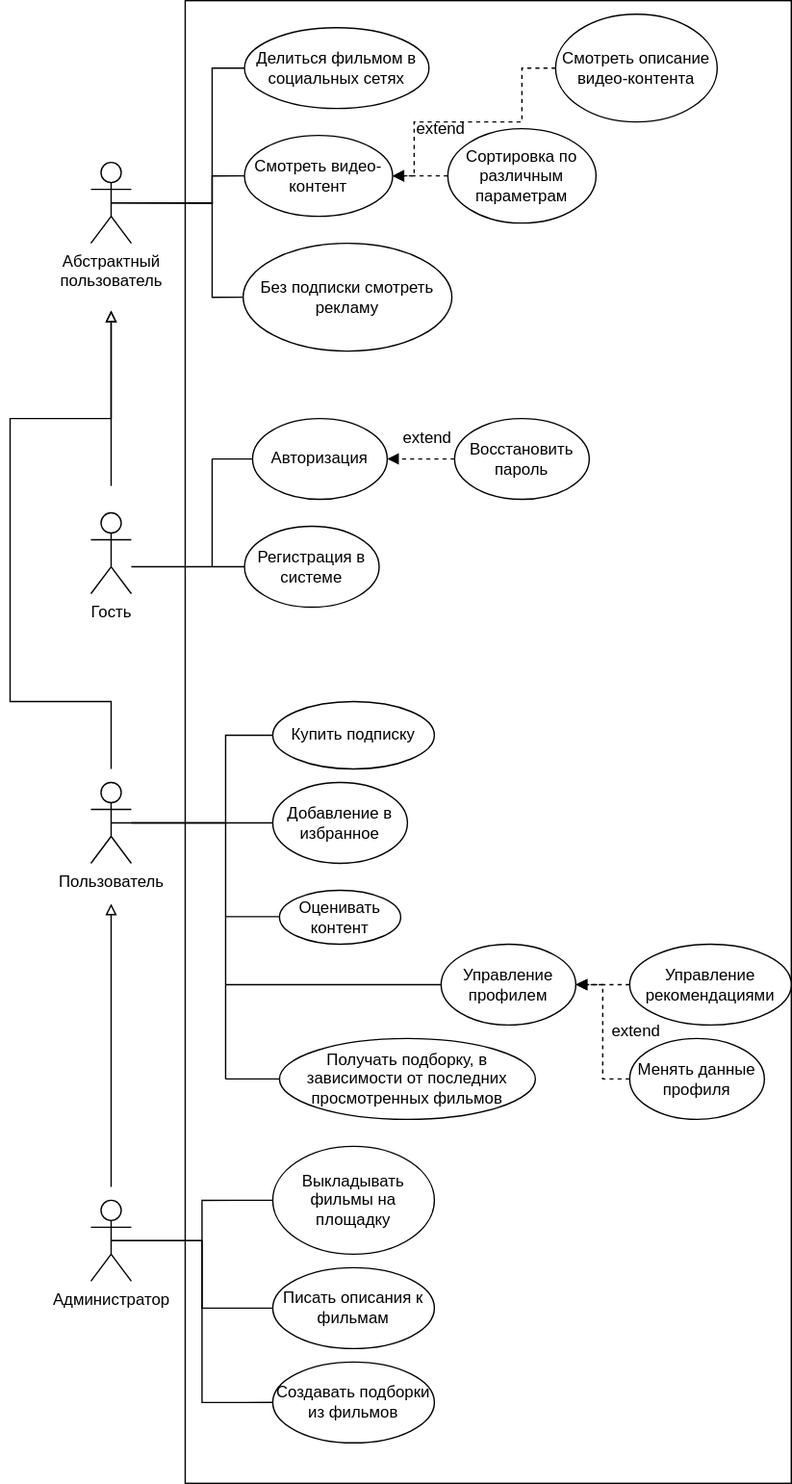
Before: lab1/pic/schema.svg, a diagram exported from draw.io (ta4ilka69/Fundamentals-of-Software-Engineering). Source tidied: cells renumbered, new cells last; positions are measured from the earlier drawing's top-left corner, leaving out a move shared by most shapes.
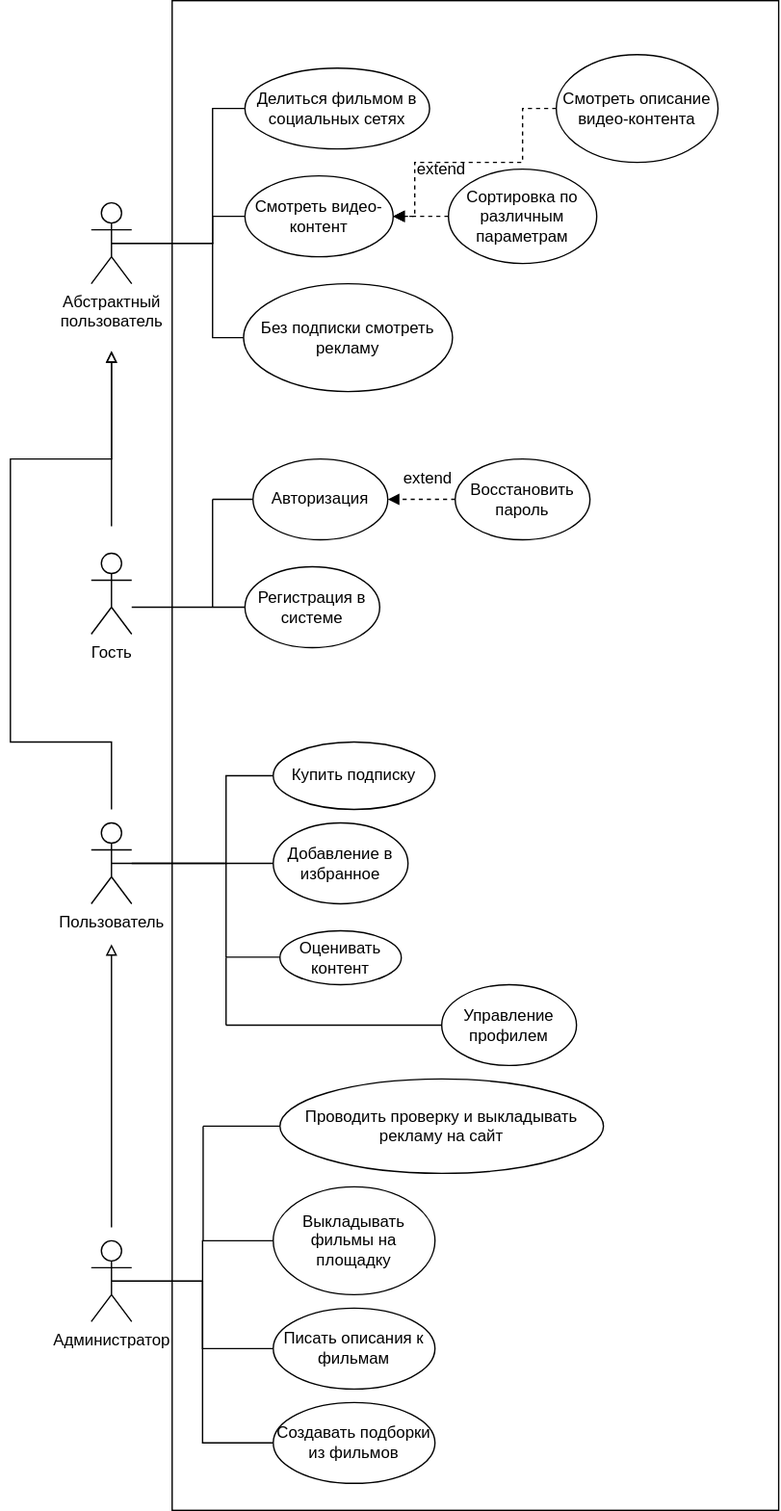
Above is the later version.

The edit, as a diff of the source:
```diff
@@ -2,9 +2,9 @@
   <root>
     <mxCell id="0" />
     <mxCell id="1" parent="0" />
-    <mxCell id="2" style="rounded=0;whiteSpace=wrap;html=1;" parent="1" vertex="1">
-      <mxGeometry x="130" width="450" height="1100" as="geometry" />
-    </mxCell>
+    <mxCell id="54" style="rounded=0;whiteSpace=wrap;html=1;" parent="1" vertex="1">
+      <mxGeometry x="120" y="-30" width="450" height="1120" as="geometry" />
+    </mxCell>
     <mxCell id="3" value="Гость" style="shape=umlActor;verticalLabelPosition=bottom;verticalAlign=top;html=1;" parent="1" vertex="1">
       <mxGeometry x="60" y="380" width="30" height="60" as="geometry" />
     </mxCell>
@@ -98,46 +98,15 @@
         <mxPoint x="320" y="730" as="targetPoint" />
       </mxGeometry>
     </mxCell>
-    <mxCell id="21" value="Управление рекомендациями" style="ellipse;whiteSpace=wrap;html=1;" parent="1" vertex="1">
-      <mxGeometry x="460" y="700" width="120" height="60" as="geometry" />
-    </mxCell>
     <mxCell id="22" value="Управление профилем" style="ellipse;whiteSpace=wrap;html=1;" parent="1" vertex="1">
       <mxGeometry x="320" y="700" width="100" height="60" as="geometry" />
     </mxCell>
-    <mxCell id="23" value="Менять данные профиля" style="ellipse;whiteSpace=wrap;html=1;" parent="1" vertex="1">
-      <mxGeometry x="460" y="770" width="100" height="60" as="geometry" />
-    </mxCell>
-    <mxCell id="24" style="endArrow=block;html=1;rounded=0;entryX=1;entryY=0.5;entryDx=0;entryDy=0;endFill=1;dashed=1;exitX=0;exitY=0.5;exitDx=0;exitDy=0;" parent="1" edge="1" source="21" target="22">
-      <mxGeometry relative="1" as="geometry" />
-    </mxCell>
-    <mxCell id="25" style="endArrow=block;html=1;rounded=0;entryX=1;entryY=0.5;entryDx=0;entryDy=0;endFill=1;dashed=1;exitX=0;exitY=0.5;exitDx=0;exitDy=0;" parent="1" edge="1" source="23" target="22">
-      <mxGeometry relative="1" as="geometry">
-        <Array as="points">
-          <mxPoint x="440" y="800" />
-          <mxPoint x="440" y="730" />
-        </Array>
-      </mxGeometry>
-    </mxCell>
     <mxCell id="26" style="endArrow=none;html=1;rounded=0;" parent="1" edge="1">
       <mxGeometry relative="1" as="geometry">
         <mxPoint x="160" y="730" as="sourcePoint" />
         <mxPoint x="160" y="680" as="targetPoint" />
       </mxGeometry>
     </mxCell>
-    <mxCell id="27" value="Получать подборку, в зависимости от последних просмотренных фильмов" style="ellipse;whiteSpace=wrap;html=1;" parent="1" vertex="1">
-      <mxGeometry x="200" y="770" width="190" height="60" as="geometry" />
-    </mxCell>
-    <mxCell id="28" style="endArrow=none;html=1;rounded=0;" parent="1" edge="1">
-      <mxGeometry relative="1" as="geometry">
-        <mxPoint x="160" y="800" as="sourcePoint" />
-        <mxPoint x="160" y="730" as="targetPoint" />
-      </mxGeometry>
-    </mxCell>
-    <mxCell id="29" style="endArrow=none;html=1;rounded=0;exitX=0;exitY=0.5;exitDx=0;exitDy=0;" parent="1" edge="1" source="27">
-      <mxGeometry relative="1" as="geometry">
-        <mxPoint x="160" y="800" as="targetPoint" />
-      </mxGeometry>
-    </mxCell>
     <mxCell id="30" style="edgeStyle=orthogonalEdgeStyle;rounded=0;jettySize=auto;html=1;exitX=0.5;exitY=0.5;exitDx=0;exitDy=0;exitPerimeter=0;entryX=0;entryY=0.5;entryDx=0;entryDy=0;strokeColor=default;endArrow=none;endFill=0;" parent="1" edge="1" source="33" target="34">
       <mxGeometry relative="1" as="geometry" />
     </mxCell>
@@ -217,9 +186,6 @@
     <mxCell id="47" value="Купить подписку" style="ellipse;whiteSpace=wrap;html=1;" parent="1" vertex="1">
       <mxGeometry x="195" y="520" width="120" height="50" as="geometry" />
     </mxCell>
-    <mxCell id="48" value="extend" style="text;html=1;align=center;verticalAlign=middle;whiteSpace=wrap;rounded=0;" parent="1" vertex="1">
-      <mxGeometry x="435" y="750" width="60" height="30" as="geometry" />
-    </mxCell>
     <mxCell id="49" value="extend" style="text;html=1;align=center;verticalAlign=middle;whiteSpace=wrap;rounded=0;" parent="1" vertex="1">
       <mxGeometry x="280" y="310" width="60" height="30" as="geometry" />
     </mxCell>
@@ -238,5 +204,19 @@
     <mxCell id="53" value="Делиться фильмом в социальных сетях" style="ellipse;whiteSpace=wrap;html=1;" parent="1" vertex="1">
       <mxGeometry x="174" y="20" width="137" height="60" as="geometry" />
     </mxCell>
+    <mxCell id="55" value="Проводить проверку и выкладывать рекламу на сайт" style="ellipse;whiteSpace=wrap;html=1;" parent="1" vertex="1">
+      <mxGeometry x="200" y="770" width="240" height="70" as="geometry" />
+    </mxCell>
+    <mxCell id="56" style="endArrow=none;html=1;rounded=0;" parent="1" edge="1">
+      <mxGeometry relative="1" as="geometry">
+        <mxPoint x="143" y="890" as="sourcePoint" />
+        <mxPoint x="143" y="805" as="targetPoint" />
+      </mxGeometry>
+    </mxCell>
+    <mxCell id="57" style="endArrow=none;html=1;rounded=0;exitX=0;exitY=0.5;exitDx=0;exitDy=0;" parent="1" edge="1" source="55">
+      <mxGeometry relative="1" as="geometry">
+        <mxPoint x="143" y="805" as="targetPoint" />
+      </mxGeometry>
+    </mxCell>
   </root>
 </mxGraphModel>
```
